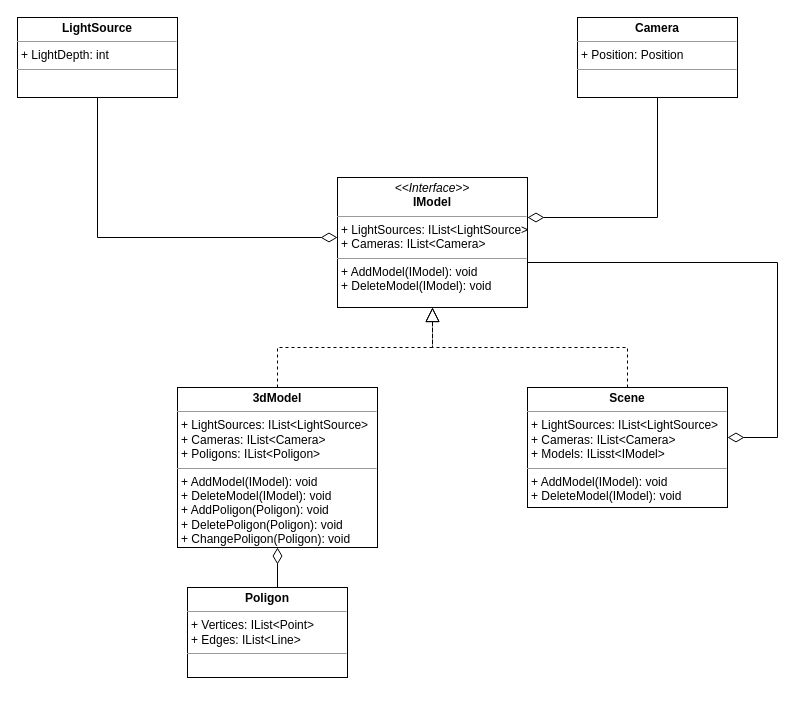
Earlier version of the draw.io diagram page "Models" (2 of 3) of module_2/Classes.drawio (SheinEA/gb_architect). Source tidied: cells renumbered, new cells numbered last; positions are measured from the earlier drawing's top-left corner, leaving out a move shared by most shapes. Both pictures are drawn from the tidied source at 100%, with x=0, y=0 at pixel (17, 17).
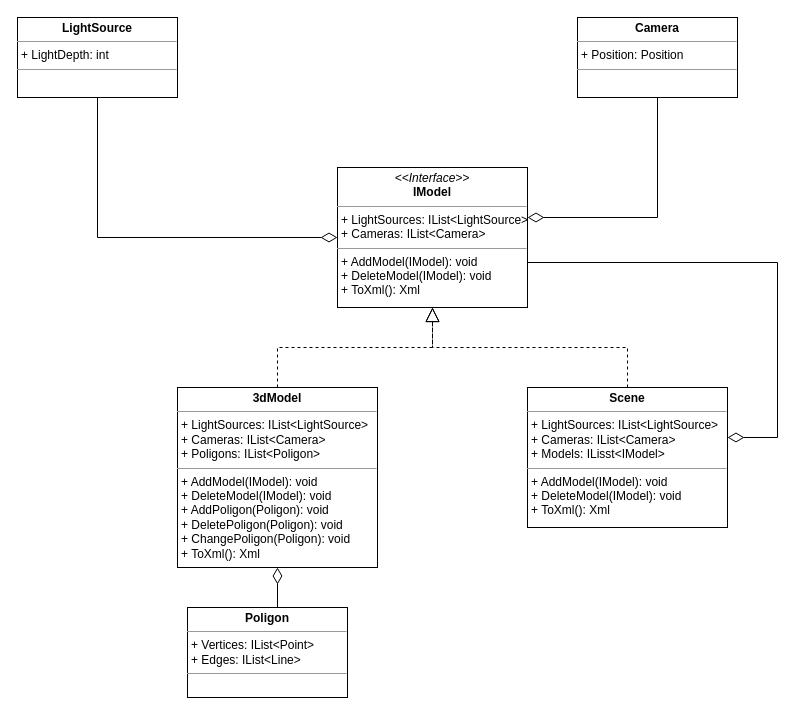
The same diagram, later.

What changed in the source:
```diff
@@
 <mxGraphModel>
   <root>
     <mxCell id="0" />
     <mxCell id="1" parent="0" />
     <mxCell id="2" style="endArrow=block;dashed=1;endFill=0;endSize=12;html=1;exitX=0.5;exitY=0;exitDx=0;exitDy=0;edgeStyle=orthogonalEdgeStyle;rounded=0;" parent="1" edge="1" source="5" target="4">
       <mxGeometry relative="1" as="geometry" />
     </mxCell>
     <mxCell id="3" style="endArrow=block;dashed=1;endFill=0;endSize=12;html=1;exitX=0.5;exitY=0;exitDx=0;exitDy=0;edgeStyle=orthogonalEdgeStyle;rounded=0;" parent="1" edge="1" source="6" target="4">
       <mxGeometry relative="1" as="geometry" />
     </mxCell>
-    <mxCell id="4" value="&lt;p style=&quot;margin: 0px ; margin-top: 4px ; text-align: center&quot;&gt;&lt;i&gt;&amp;lt;&amp;lt;Interface&amp;gt;&amp;gt;&lt;/i&gt;&lt;br&gt;&lt;b&gt;IModel&lt;/b&gt;&lt;/p&gt;&lt;hr size=&quot;1&quot;&gt;&lt;p style=&quot;outline: 0px ; margin: 0px 0px 0px 4px&quot;&gt;+ LightSources: IList&amp;lt;LightSource&amp;gt;&lt;/p&gt;&lt;p style=&quot;margin: 0px 0px 0px 4px&quot;&gt;+ Cameras: IList&amp;lt;Camera&amp;gt;&lt;/p&gt;&lt;hr size=&quot;1&quot;&gt;&lt;p style=&quot;margin: 0px ; margin-left: 4px&quot;&gt;+ AddModel(IModel): void&lt;br&gt;+ DeleteModel(IModel): void&lt;br&gt;&lt;/p&gt;" style="verticalAlign=top;align=left;overflow=fill;fontSize=12;fontFamily=Helvetica;html=1;" parent="1" vertex="1">
-      <mxGeometry x="320" y="160" width="190" height="130" as="geometry" />
+    <mxCell id="4" value="&lt;p style=&quot;margin: 0px ; margin-top: 4px ; text-align: center&quot;&gt;&lt;i&gt;&amp;lt;&amp;lt;Interface&amp;gt;&amp;gt;&lt;/i&gt;&lt;br&gt;&lt;b&gt;IModel&lt;/b&gt;&lt;/p&gt;&lt;hr size=&quot;1&quot;&gt;&lt;p style=&quot;outline: 0px ; margin: 0px 0px 0px 4px&quot;&gt;+ LightSources: IList&amp;lt;LightSource&amp;gt;&lt;/p&gt;&lt;p style=&quot;margin: 0px 0px 0px 4px&quot;&gt;+ Cameras: IList&amp;lt;Camera&amp;gt;&lt;/p&gt;&lt;hr size=&quot;1&quot;&gt;&lt;p style=&quot;margin: 0px ; margin-left: 4px&quot;&gt;+ AddModel(IModel): void&lt;br&gt;+ DeleteModel(IModel): void&lt;br&gt;&lt;/p&gt;&lt;p style=&quot;margin: 0px ; margin-left: 4px&quot;&gt;+ ToXml(): Xml&lt;/p&gt;" style="verticalAlign=top;align=left;overflow=fill;fontSize=12;fontFamily=Helvetica;html=1;" parent="1" vertex="1">
+      <mxGeometry x="320" y="150" width="190" height="140" as="geometry" />
     </mxCell>
-    <mxCell id="5" value="&lt;p style=&quot;margin: 0px ; margin-top: 4px ; text-align: center&quot;&gt;&lt;b&gt;3dModel&lt;/b&gt;&lt;/p&gt;&lt;hr size=&quot;1&quot;&gt;&lt;p style=&quot;outline: 0px ; margin: 0px 0px 0px 4px&quot;&gt;+ LightSources: IList&amp;lt;LightSource&amp;gt;&lt;/p&gt;&lt;p style=&quot;margin: 0px 0px 0px 4px&quot;&gt;+ Cameras: IList&amp;lt;Camera&amp;gt;&lt;/p&gt;&lt;p style=&quot;margin: 0px ; margin-left: 4px&quot;&gt;+ Poligons: IList&amp;lt;Poligon&amp;gt;&lt;/p&gt;&lt;hr size=&quot;1&quot;&gt;&lt;p style=&quot;margin: 0px ; margin-left: 4px&quot;&gt;+ AddModel(IModel): void&lt;br&gt;+ DeleteModel(IModel): void&lt;br&gt;&lt;/p&gt;&lt;p style=&quot;margin: 0px ; margin-left: 4px&quot;&gt;+ AddPoligon(Poligon): void&lt;br&gt;&lt;/p&gt;&lt;p style=&quot;margin: 0px ; margin-left: 4px&quot;&gt;+ DeletePoligon(Poligon): void&lt;br&gt;&lt;/p&gt;&lt;p style=&quot;margin: 0px ; margin-left: 4px&quot;&gt;+ ChangePoligon(Poligon): void&lt;br&gt;&lt;/p&gt;" style="verticalAlign=top;align=left;overflow=fill;fontSize=12;fontFamily=Helvetica;html=1;" parent="1" vertex="1">
-      <mxGeometry x="160" y="370" width="200" height="160" as="geometry" />
+    <mxCell id="5" value="&lt;p style=&quot;margin: 0px ; margin-top: 4px ; text-align: center&quot;&gt;&lt;b&gt;3dModel&lt;/b&gt;&lt;/p&gt;&lt;hr size=&quot;1&quot;&gt;&lt;p style=&quot;outline: 0px ; margin: 0px 0px 0px 4px&quot;&gt;+ LightSources: IList&amp;lt;LightSource&amp;gt;&lt;/p&gt;&lt;p style=&quot;margin: 0px 0px 0px 4px&quot;&gt;+ Cameras: IList&amp;lt;Camera&amp;gt;&lt;/p&gt;&lt;p style=&quot;margin: 0px ; margin-left: 4px&quot;&gt;+ Poligons: IList&amp;lt;Poligon&amp;gt;&lt;/p&gt;&lt;hr size=&quot;1&quot;&gt;&lt;p style=&quot;margin: 0px ; margin-left: 4px&quot;&gt;+ AddModel(IModel): void&lt;br&gt;+ DeleteModel(IModel): void&lt;br&gt;&lt;/p&gt;&lt;p style=&quot;margin: 0px ; margin-left: 4px&quot;&gt;+ AddPoligon(Poligon): void&lt;br&gt;&lt;/p&gt;&lt;p style=&quot;margin: 0px ; margin-left: 4px&quot;&gt;+ DeletePoligon(Poligon): void&lt;br&gt;&lt;/p&gt;&lt;p style=&quot;margin: 0px ; margin-left: 4px&quot;&gt;+ ChangePoligon(Poligon): void&lt;br&gt;&lt;/p&gt;&lt;p style=&quot;margin: 0px ; margin-left: 4px&quot;&gt;+ ToXml(): Xml&lt;br&gt;&lt;/p&gt;" style="verticalAlign=top;align=left;overflow=fill;fontSize=12;fontFamily=Helvetica;html=1;" parent="1" vertex="1">
+      <mxGeometry x="160" y="370" width="200" height="180" as="geometry" />
     </mxCell>
-    <mxCell id="6" value="&lt;p style=&quot;margin: 0px ; margin-top: 4px ; text-align: center&quot;&gt;&lt;b&gt;Scene&lt;/b&gt;&lt;br&gt;&lt;/p&gt;&lt;hr size=&quot;1&quot;&gt;&lt;p style=&quot;margin: 0px ; margin-left: 4px&quot;&gt;+ LightSources: IList&amp;lt;LightSource&amp;gt;&lt;/p&gt;&lt;p style=&quot;margin: 0px ; margin-left: 4px&quot;&gt;+ Cameras: IList&amp;lt;Camera&amp;gt;&lt;/p&gt;&lt;p style=&quot;margin: 0px ; margin-left: 4px&quot;&gt;+ Models: ILisst&amp;lt;IModel&amp;gt;&lt;/p&gt;&lt;hr size=&quot;1&quot;&gt;&lt;p style=&quot;margin: 0px ; margin-left: 4px&quot;&gt;+ AddModel(IModel): void&lt;br&gt;+ DeleteModel(IModel): void&lt;br&gt;&lt;/p&gt;" style="verticalAlign=top;align=left;overflow=fill;fontSize=12;fontFamily=Helvetica;html=1;" parent="1" vertex="1">
-      <mxGeometry x="510" y="370" width="200" height="120" as="geometry" />
+    <mxCell id="6" value="&lt;p style=&quot;margin: 0px ; margin-top: 4px ; text-align: center&quot;&gt;&lt;b&gt;Scene&lt;/b&gt;&lt;br&gt;&lt;/p&gt;&lt;hr size=&quot;1&quot;&gt;&lt;p style=&quot;margin: 0px ; margin-left: 4px&quot;&gt;+ LightSources: IList&amp;lt;LightSource&amp;gt;&lt;/p&gt;&lt;p style=&quot;margin: 0px ; margin-left: 4px&quot;&gt;+ Cameras: IList&amp;lt;Camera&amp;gt;&lt;/p&gt;&lt;p style=&quot;margin: 0px ; margin-left: 4px&quot;&gt;+ Models: ILisst&amp;lt;IModel&amp;gt;&lt;/p&gt;&lt;hr size=&quot;1&quot;&gt;&lt;p style=&quot;margin: 0px ; margin-left: 4px&quot;&gt;+ AddModel(IModel): void&lt;br&gt;+ DeleteModel(IModel): void&lt;br&gt;&lt;/p&gt;&lt;p style=&quot;margin: 0px ; margin-left: 4px&quot;&gt;+ ToXml(): Xml&lt;br&gt;&lt;/p&gt;" style="verticalAlign=top;align=left;overflow=fill;fontSize=12;fontFamily=Helvetica;html=1;" parent="1" vertex="1">
+      <mxGeometry x="510" y="370" width="200" height="140" as="geometry" />
     </mxCell>
     <mxCell id="7" value="&lt;p style=&quot;margin: 0px ; margin-top: 4px ; text-align: center&quot;&gt;&lt;b&gt;Poligon&lt;/b&gt;&lt;/p&gt;&lt;hr size=&quot;1&quot;&gt;&lt;p style=&quot;margin: 0px ; margin-left: 4px&quot;&gt;+ Vertices: IList&amp;lt;Point&amp;gt;&lt;/p&gt;&lt;p style=&quot;margin: 0px ; margin-left: 4px&quot;&gt;+ Edges: IList&amp;lt;Line&amp;gt;&lt;/p&gt;&lt;hr size=&quot;1&quot;&gt;&lt;p style=&quot;margin: 0px ; margin-left: 4px&quot;&gt;&lt;br&gt;&lt;/p&gt;" style="verticalAlign=top;align=left;overflow=fill;fontSize=12;fontFamily=Helvetica;html=1;" parent="1" vertex="1">
-      <mxGeometry x="170" y="570" width="160" height="90" as="geometry" />
+      <mxGeometry x="170" y="590" width="160" height="90" as="geometry" />
     </mxCell>
     <mxCell id="8" value="&lt;p style=&quot;margin: 0px ; margin-top: 4px ; text-align: center&quot;&gt;&lt;b&gt;&lt;span style=&quot;text-align: left&quot;&gt;LightSource&lt;/span&gt;&lt;br&gt;&lt;/b&gt;&lt;/p&gt;&lt;hr size=&quot;1&quot;&gt;&lt;p style=&quot;margin: 0px ; margin-left: 4px&quot;&gt;+&amp;nbsp;LightDepth: int&lt;/p&gt;&lt;hr size=&quot;1&quot;&gt;&lt;p style=&quot;margin: 0px ; margin-left: 4px&quot;&gt;&lt;br&gt;&lt;/p&gt;" style="verticalAlign=top;align=left;overflow=fill;fontSize=12;fontFamily=Helvetica;html=1;" parent="1" vertex="1">
       <mxGeometry width="160" height="80" as="geometry" />
     </mxCell>
     <mxCell id="9" value="&lt;p style=&quot;margin: 4px 0px 0px ; text-align: center&quot;&gt;&lt;b&gt;Camera&lt;/b&gt;&lt;/p&gt;&lt;hr size=&quot;1&quot;&gt;&lt;p style=&quot;margin: 0px ; margin-left: 4px&quot;&gt;+&amp;nbsp;Position:&amp;nbsp;Position&lt;/p&gt;&lt;hr size=&quot;1&quot;&gt;&lt;p style=&quot;margin: 0px ; margin-left: 4px&quot;&gt;&lt;br&gt;&lt;/p&gt;" style="verticalAlign=top;align=left;overflow=fill;fontSize=12;fontFamily=Helvetica;html=1;" parent="1" vertex="1">
       <mxGeometry x="560" width="160" height="80" as="geometry" />
     </mxCell>
     <mxCell id="10" style="endArrow=none;html=1;endSize=12;startArrow=diamondThin;startSize=14;startFill=0;edgeStyle=orthogonalEdgeStyle;align=left;verticalAlign=bottom;endFill=0;rounded=0;" parent="1" edge="1" source="6" target="4">
       <mxGeometry x="-1" y="3" relative="1" as="geometry">
         <Array as="points">
           <mxPoint x="760" y="420" />
           <mxPoint x="760" y="245" />
         </Array>
       </mxGeometry>
     </mxCell>
     <mxCell id="11" style="endArrow=none;html=1;endSize=12;startArrow=diamondThin;startSize=14;startFill=0;edgeStyle=orthogonalEdgeStyle;align=left;verticalAlign=bottom;endFill=0;rounded=0;" parent="1" edge="1" source="5" target="7">
       <mxGeometry x="-1" y="3" relative="1" as="geometry">
         <Array as="points">
           <mxPoint x="250" y="400" />
         </Array>
       </mxGeometry>
     </mxCell>
     <mxCell id="12" style="endArrow=none;html=1;endSize=12;startArrow=diamondThin;startSize=14;startFill=0;edgeStyle=orthogonalEdgeStyle;align=left;verticalAlign=bottom;endFill=0;rounded=0;" parent="1" edge="1" source="4" target="8">
       <mxGeometry x="-1" y="3" relative="1" as="geometry">
         <Array as="points">
           <mxPoint x="80" y="220" />
         </Array>
       </mxGeometry>
     </mxCell>
     <mxCell id="13" style="endArrow=none;html=1;endSize=12;startArrow=diamondThin;startSize=14;startFill=0;edgeStyle=orthogonalEdgeStyle;align=left;verticalAlign=bottom;endFill=0;rounded=0;" parent="1" edge="1" source="4" target="9">
       <mxGeometry x="-1" y="3" relative="1" as="geometry">
         <Array as="points">
           <mxPoint x="640" y="200" />
         </Array>
       </mxGeometry>
     </mxCell>
   </root>
 </mxGraphModel>
```
